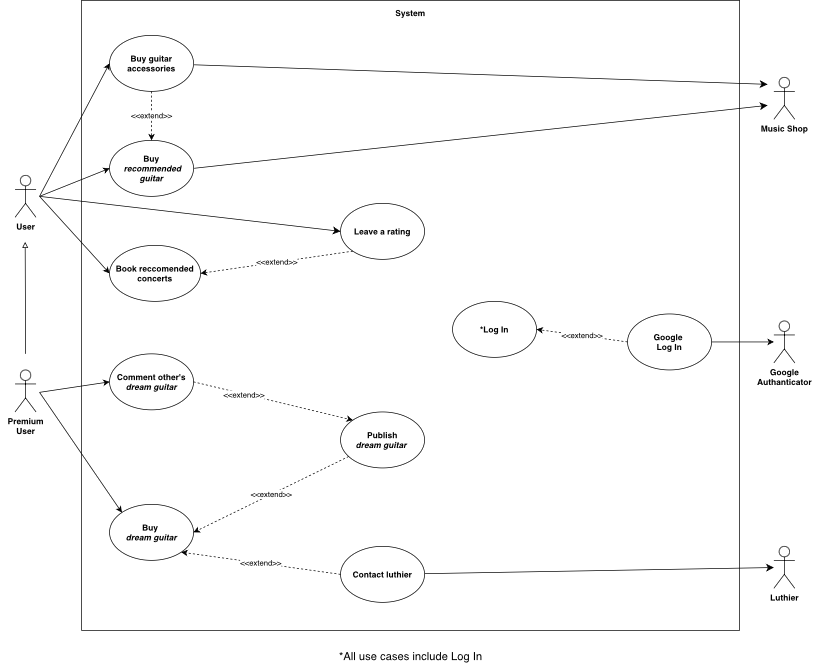
Above: diagrams/UseCaseDiagram.drawio .png in TizianoLilli/ISPW-Project (draw.io), before the change. Source tidied: cells renumbered, new cells last; positions are measured from the earlier drawing's top-left corner, leaving out a move shared by most shapes.
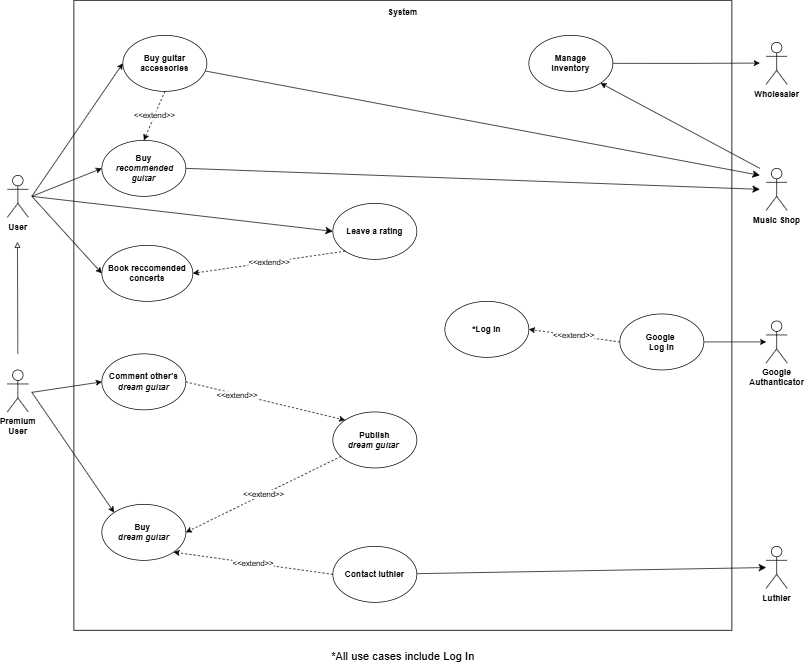
Later version of the same file.

Diff of the diagram source:
```diff
@@ -29,7 +29,7 @@
     </mxCell>
     <mxCell id="9" style="edgeStyle=none;curved=1;rounded=0;jettySize=auto;html=1;exitX=1;exitY=0.5;exitDx=0;exitDy=0;fontSize=12;startSize=8;endSize=8;" parent="1" edge="1" source="10">
       <mxGeometry relative="1" as="geometry">
-        <mxPoint x="1075" y="150" as="targetPoint" />
+        <mxPoint x="1075" y="270" as="targetPoint" />
       </mxGeometry>
     </mxCell>
     <mxCell id="10" value="&lt;b&gt;Buy&lt;/b&gt;&lt;br&gt;&lt;div&gt;&lt;b&gt;&amp;nbsp;&lt;i&gt;recommended guitar&lt;/i&gt;&lt;/b&gt;&lt;/div&gt;" style="ellipse;whiteSpace=wrap;html=1;" parent="1" vertex="1">
@@ -82,11 +82,11 @@
     </mxCell>
     <mxCell id="24" style="edgeStyle=none;curved=1;rounded=0;jettySize=auto;html=1;fontSize=12;startSize=8;endSize=8;" parent="1" edge="1" source="25">
       <mxGeometry relative="1" as="geometry">
-        <mxPoint x="1075" y="120" as="targetPoint" />
+        <mxPoint x="1075" y="250" as="targetPoint" />
       </mxGeometry>
     </mxCell>
     <mxCell id="25" value="&lt;b&gt;Buy guitar&lt;/b&gt;&lt;div&gt;&lt;b&gt;accessories&lt;/b&gt;&lt;/div&gt;" style="ellipse;whiteSpace=wrap;html=1;" parent="1" vertex="1">
-      <mxGeometry x="135" y="50" width="120" height="80" as="geometry" />
+      <mxGeometry x="165" y="50" width="120" height="80" as="geometry" />
     </mxCell>
     <mxCell id="26" style="endArrow=classic;html=1;rounded=0;entryX=0;entryY=0.5;entryDx=0;entryDy=0;" parent="1" edge="1" target="25">
       <mxGeometry relative="1" as="geometry">
@@ -112,7 +112,7 @@
       <mxGeometry relative="1" as="geometry" />
     </mxCell>
     <mxCell id="32" value="&lt;b&gt;Music Shop&lt;/b&gt;" style="shape=umlActor;verticalLabelPosition=bottom;verticalAlign=top;html=1;" parent="1" vertex="1">
-      <mxGeometry x="1084" y="110" width="30" height="60" as="geometry" />
+      <mxGeometry x="1084" y="240" width="30" height="60" as="geometry" />
     </mxCell>
     <mxCell id="33" value="&lt;b&gt;Luthier&lt;/b&gt;&lt;div&gt;&lt;br&gt;&lt;/div&gt;" style="shape=umlActor;verticalLabelPosition=bottom;verticalAlign=top;html=1;outlineConnect=0;" parent="1" vertex="1">
       <mxGeometry x="1084" y="780" width="30" height="60" as="geometry" />
@@ -126,5 +126,21 @@
     <mxCell id="36" value="*All use cases include Log In" style="text;html=1;align=center;verticalAlign=middle;strokeColor=none;fillColor=none;fontSize=16;" parent="1" vertex="1">
       <mxGeometry x="430" y="917" width="270" height="40" as="geometry" />
     </mxCell>
+    <mxCell id="37" style="edgeStyle=orthogonalEdgeStyle;rounded=0;jettySize=auto;html=1;exitX=1;exitY=0.5;exitDx=0;exitDy=0;" parent="1" edge="1" source="38">
+      <mxGeometry relative="1" as="geometry">
+        <mxPoint x="1075" y="89.6" as="targetPoint" />
+      </mxGeometry>
+    </mxCell>
+    <mxCell id="38" value="&lt;b&gt;Manage&lt;/b&gt;&lt;div&gt;&lt;b&gt;inventory&lt;/b&gt;&lt;/div&gt;" style="ellipse;whiteSpace=wrap;html=1;" parent="1" vertex="1">
+      <mxGeometry x="745" y="50" width="120" height="80" as="geometry" />
+    </mxCell>
+    <mxCell id="39" style="endArrow=classic;html=1;rounded=0;entryX=1;entryY=1;entryDx=0;entryDy=0;" parent="1" edge="1" target="38">
+      <mxGeometry relative="1" as="geometry">
+        <mxPoint x="1075" y="240" as="sourcePoint" />
+      </mxGeometry>
+    </mxCell>
+    <mxCell id="40" value="&lt;b&gt;Wholesaler&lt;/b&gt;" style="shape=umlActor;verticalLabelPosition=bottom;verticalAlign=top;html=1;" parent="1" vertex="1">
+      <mxGeometry x="1084" y="60" width="30" height="60" as="geometry" />
+    </mxCell>
   </root>
 </mxGraphModel>
```
